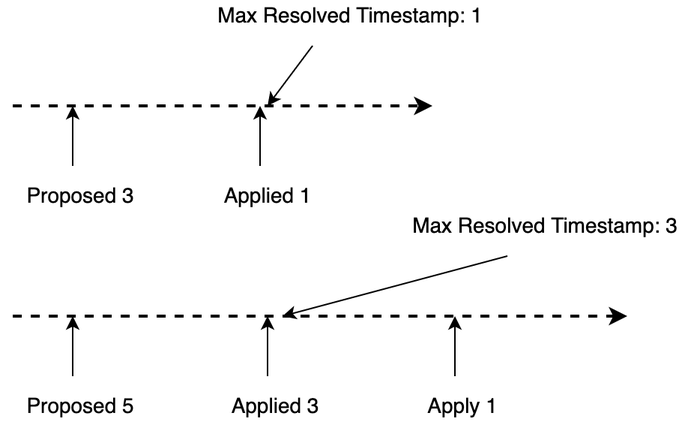
The draw.io diagram media/rawkv-cdc-track-lock.png in tikv/rfcs, before a commit. Source tidied: cells renumbered, new cells last; positions are measured from the earlier drawing's top-left corner, leaving out a move shared by most shapes.
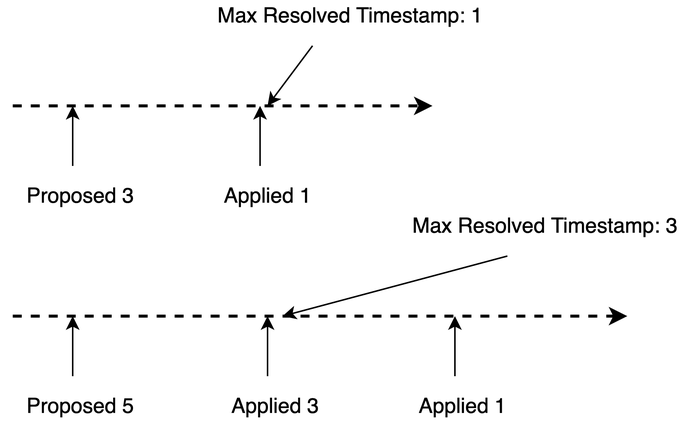
Above is the later version.

Commit message:
address comments

Diff of the diagram source:
```diff
@@ -56,8 +56,8 @@
         <mxPoint x="295" y="210" as="targetPoint" />
       </mxGeometry>
     </mxCell>
-    <mxCell id="13" value="&lt;font color=&quot;#000000&quot; style=&quot;font-size: 14px&quot;&gt;Apply 1&lt;/font&gt;" style="text;html=1;align=center;verticalAlign=middle;strokeColor=none;fillColor=none;fontColor=#FF0000;fontSize=14;" parent="1" vertex="1">
-      <mxGeometry x="270" y="260" width="60" height="20" as="geometry" />
+    <mxCell id="13" value="&lt;font color=&quot;#000000&quot; style=&quot;font-size: 14px&quot;&gt;Applied 1&lt;/font&gt;" style="text;html=1;align=center;verticalAlign=middle;strokeColor=none;fillColor=none;fontColor=#FF0000;fontSize=14;" parent="1" vertex="1">
+      <mxGeometry x="265" y="260" width="70" height="20" as="geometry" />
     </mxCell>
     <mxCell id="14" style="endArrow=classic;html=1;rounded=0;sketch=0;fontSize=11;fontColor=#000000;strokeWidth=1;" parent="1" edge="1">
       <mxGeometry relative="1" as="geometry">
```
